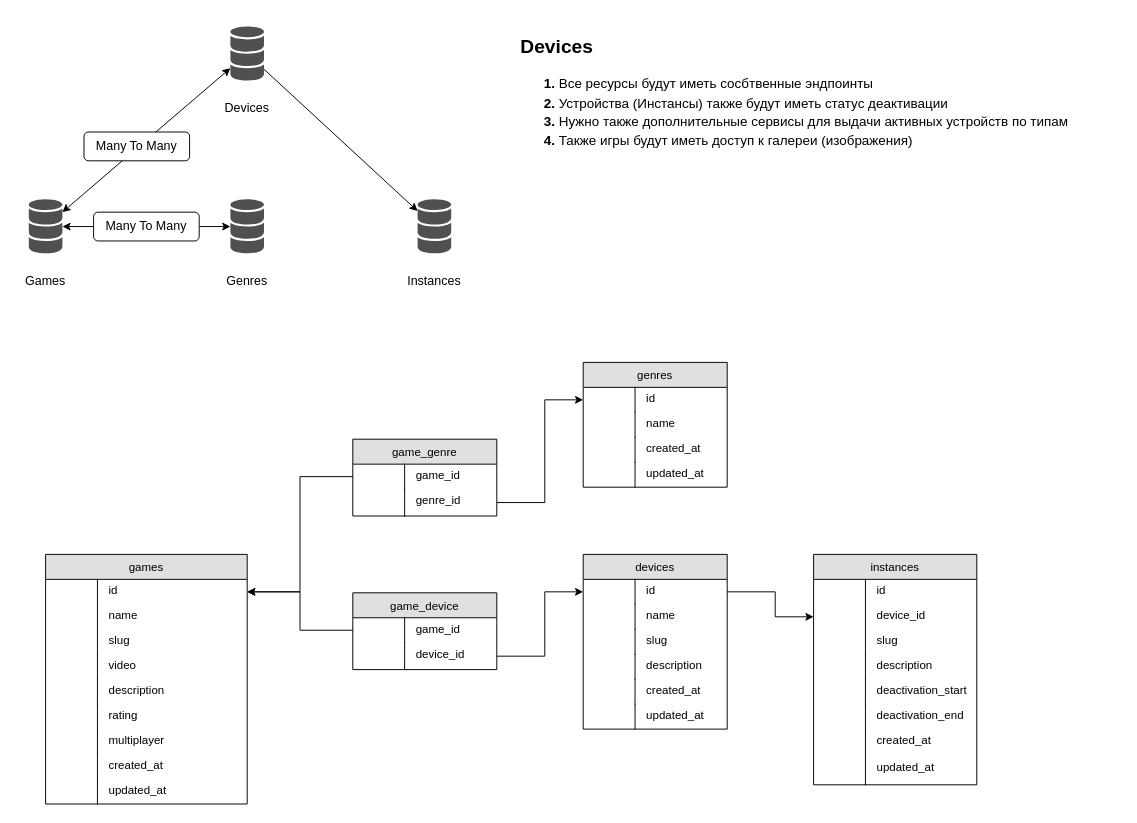
phobiavr/phober-diagram keeps this draw.io diagram as page "Device service" (2 of 6) of General.drawio. Above is the earlier version. Source tidied: cells renumbered, new cells numbered last; positions are measured from the earlier drawing's top-left corner, leaving out a move shared by most shapes. Both pictures are drawn from the tidied source at 96%, with x=0, y=0 at pixel (16, 26).
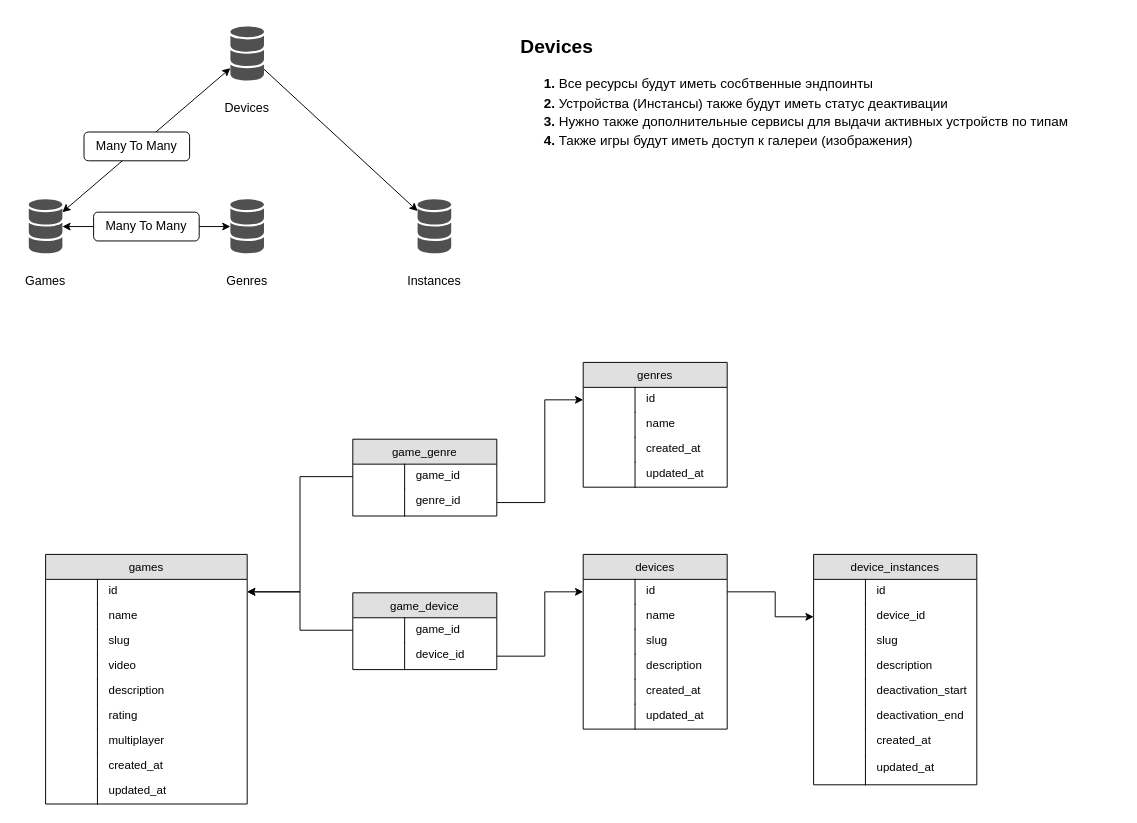
Above is the later version.

The edit, as a diff of the source:
```diff
@@
-    <mxCell id="61" value="instances" style="swimlane;fontStyle=0;horizontal=1;startSize=26;fillColor=#e0e0e0;swimlaneFillColor=#ffffff;align=center;" parent="1" vertex="1">
+    <mxCell id="61" value="device_instances" style="swimlane;fontStyle=0;horizontal=1;startSize=26;fillColor=#e0e0e0;swimlaneFillColor=#ffffff;align=center;" parent="1" vertex="1">
       <mxGeometry x="830" y="550" width="170" height="240" as="geometry" />
     </mxCell>
```
